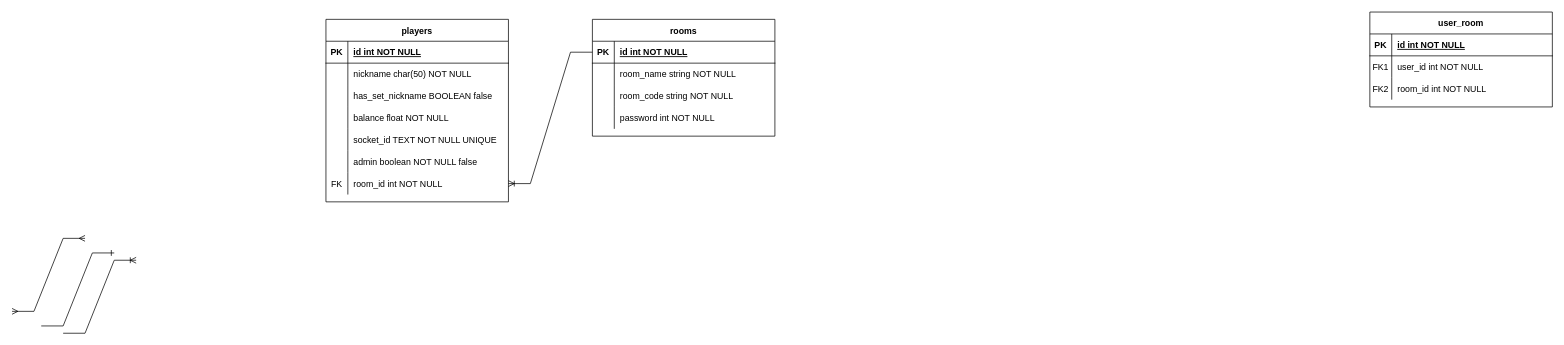
Before: server/projectBI.drawio in Magoninho/super-banco-imobiliario, a draw.io diagram. Source tidied: cells renumbered, new cells numbered last; positions are measured from the earlier drawing's top-left corner, leaving out a move shared by most shapes. Both pictures are drawn from the tidied source at 73%, with x=0, y=0 at pixel (12, 12).
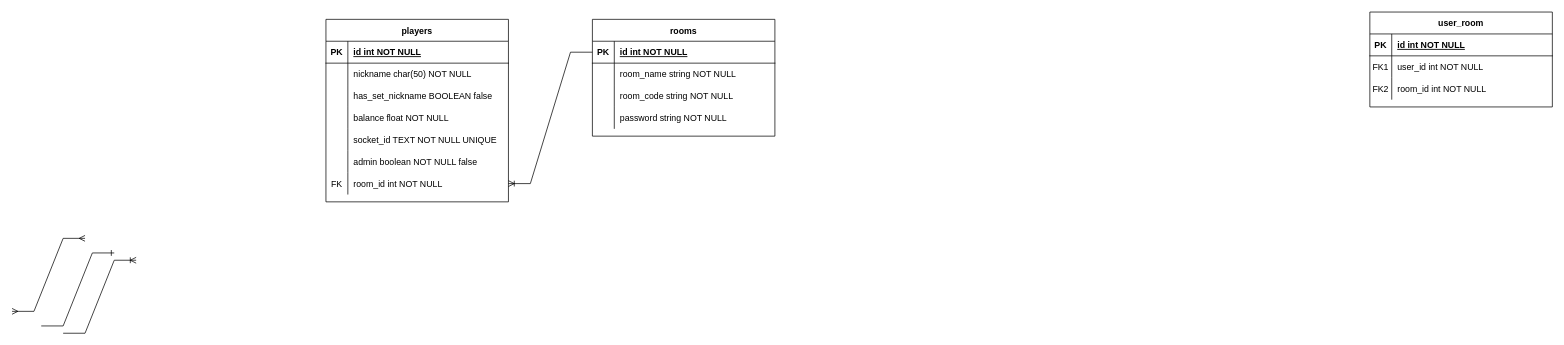
After the change.

Unchanged cells that the change refers to:
```xml
<mxCell id="12" style="shape=partialRectangle;fillColor=none;top=0;left=0;right=0;bottom=0;" parent="2" vertex="1">
  <mxGeometry y="120" width="250" height="30" as="geometry" />
</mxCell>
```

Change to the diagram source:
```diff
@@
-    <mxCell id="14" value="password int NOT NULL" style="shape=partialRectangle;overflow=hidden;fillColor=none;top=0;left=0;bottom=0;right=0;align=left;spacingLeft=6;" parent="12" vertex="1">
+    <mxCell id="14" value="password string NOT NULL" style="shape=partialRectangle;overflow=hidden;fillColor=none;top=0;left=0;bottom=0;right=0;align=left;spacingLeft=6;" parent="12" vertex="1">
       <mxGeometry x="30" width="220" height="30" as="geometry" />
     </mxCell>
```
